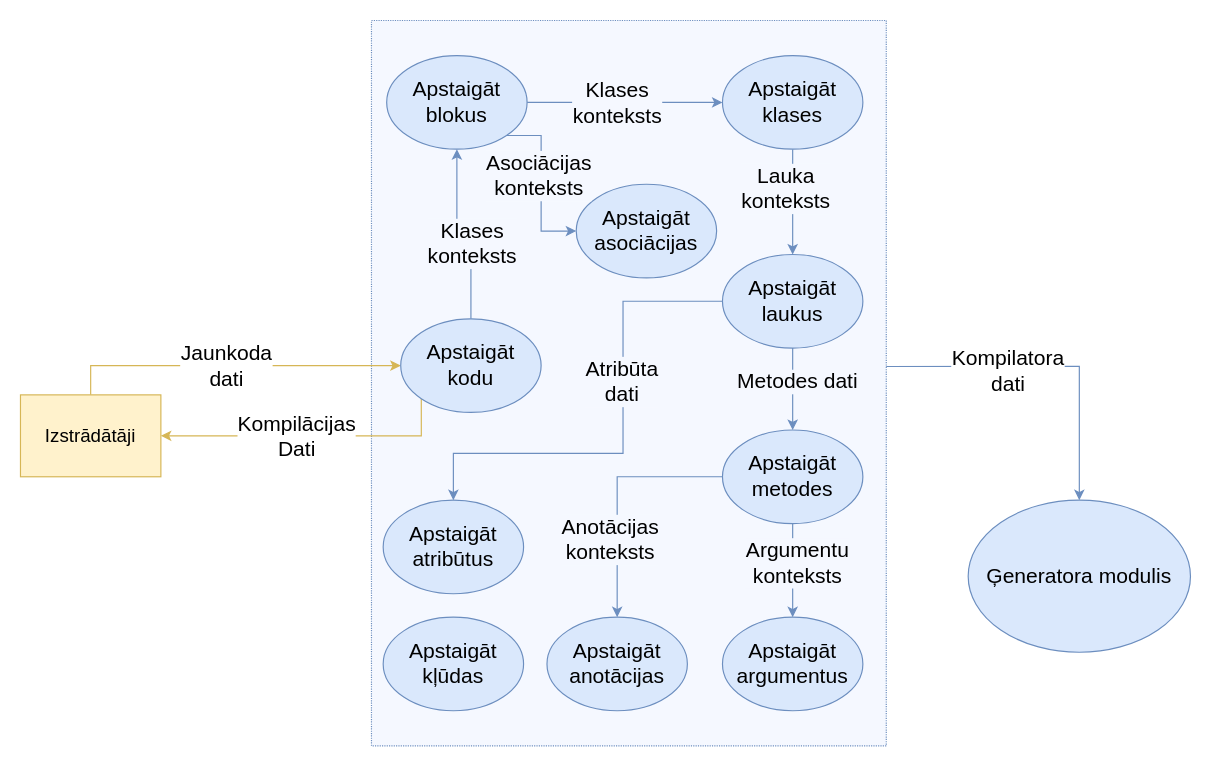
artiks12/webAppOS keeps this draw.io diagram as page "Kompilators" (4 of 9) of src/Qualification project/Documentation/Diagrammas/DPD.drawio. Above is the earlier version. Source tidied: cells renumbered, new cells numbered last; positions are measured from the earlier drawing's top-left corner, leaving out a move shared by most shapes. Both pictures are drawn from the tidied source at 117%, with x=0, y=0 at pixel (20, 20).
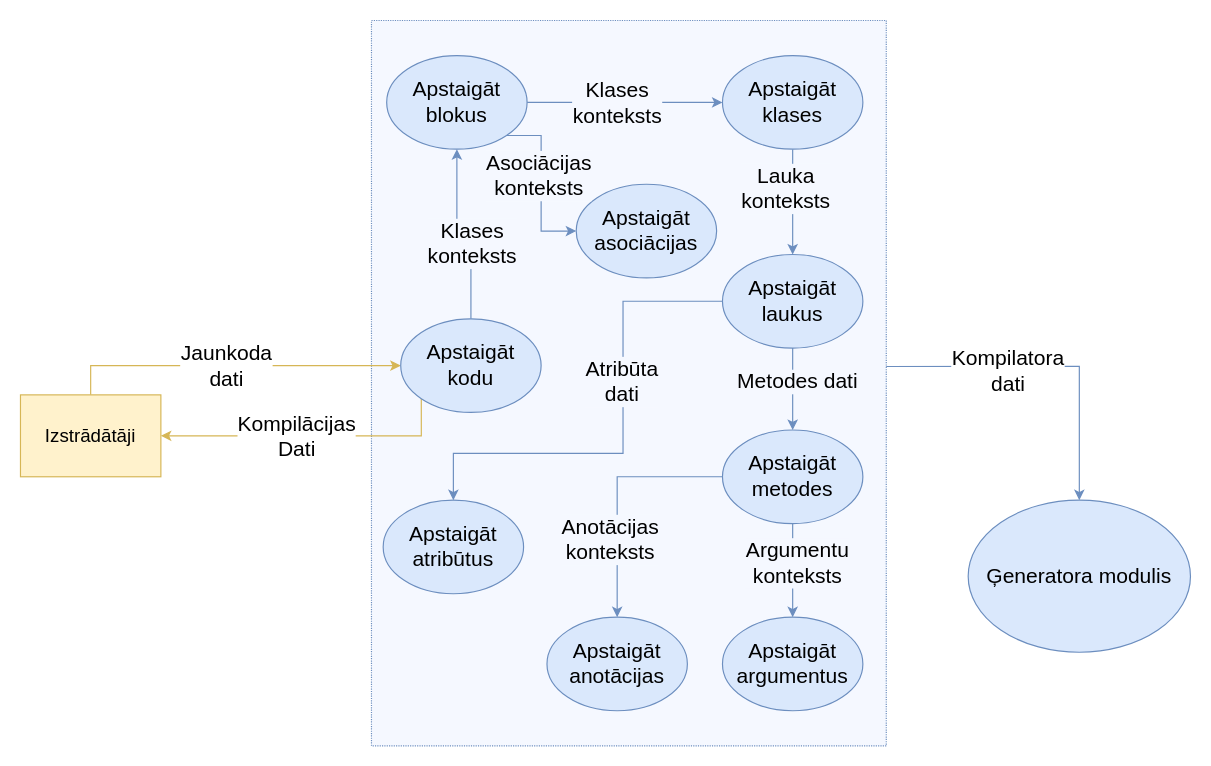
Above is the later version.

Diff of the diagram source:
```diff
@@
-    <mxCell id="25" value="&lt;font style=&quot;font-size: 18px&quot;&gt;Apstaigāt kļūdas&lt;/font&gt;" style="ellipse;whiteSpace=wrap;html=1;fillColor=#dae8fc;strokeColor=#6c8ebf;" parent="1" vertex="1">
-      <mxGeometry x="310" y="510" width="120" height="80" as="geometry" />
-    </mxCell>
```
